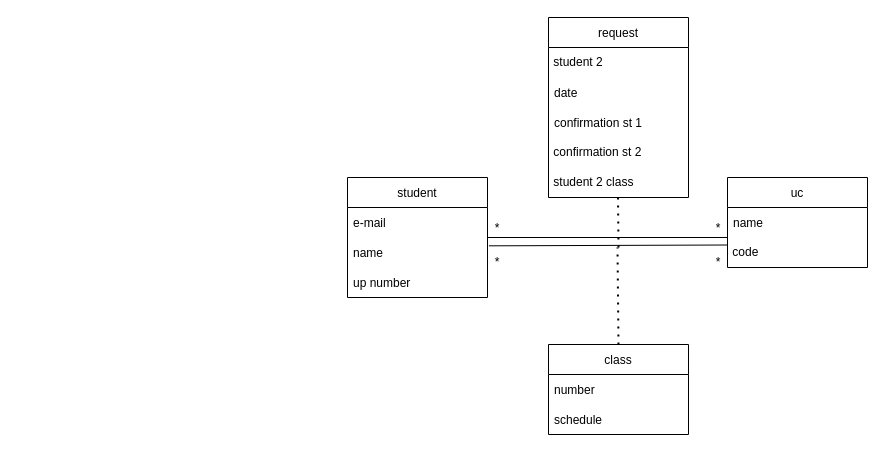
Above: lib/week 2/uml.drawio in luisaraujo25/Swapping (draw.io), before the change. Source tidied: cells renumbered, new cells numbered last; positions are measured from the earlier drawing's top-left corner, leaving out a move shared by most shapes. Both pictures are drawn from the tidied source at 100%, with x=0, y=0 at pixel (347, 17).
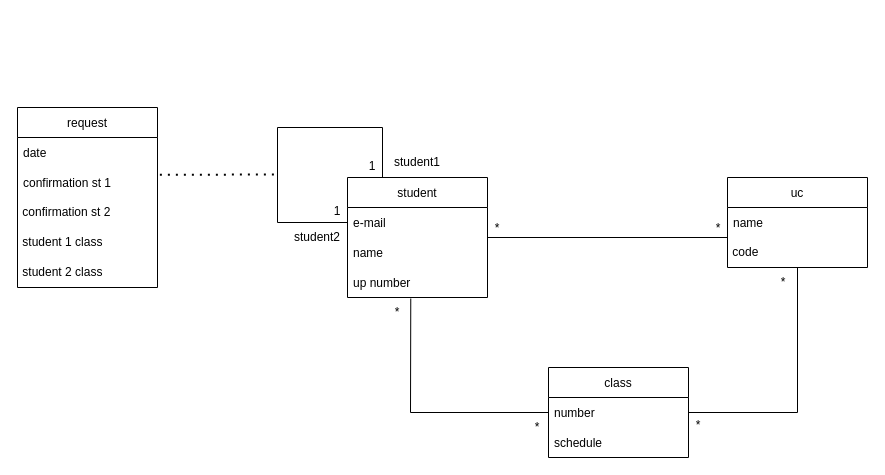
Above is the later version.

Unchanged cells that the change refers to:
```xml
<mxCell id="2" value="student" style="swimlane;fontStyle=0;horizontal=1;startSize=30;" parent="1" vertex="1">
  <mxGeometry y="160" width="140" height="120" as="geometry" />
</mxCell>
<mxCell id="3" value="e-mail" style="text;strokeColor=none;fillColor=none;align=left;verticalAlign=middle;spacingLeft=4;spacingRight=4;overflow=hidden;points=[[0,0.5],[1,0.5]];portConstraint=eastwest;" parent="2" vertex="1">
  <mxGeometry y="30" width="140" height="30" as="geometry" />
</mxCell>
<mxCell id="4" value="name" style="text;strokeColor=none;fillColor=none;align=left;verticalAlign=middle;spacingLeft=4;spacingRight=4;overflow=hidden;points=[[0,0.5],[1,0.5]];portConstraint=eastwest;" parent="2" vertex="1">
  <mxGeometry y="60" width="140" height="30" as="geometry" />
</mxCell>
<mxCell id="5" value="up number" style="text;strokeColor=none;fillColor=none;align=left;verticalAlign=middle;spacingLeft=4;spacingRight=4;overflow=hidden;points=[[0,0.5],[1,0.5]];portConstraint=eastwest;" parent="2" vertex="1">
  <mxGeometry y="90" width="140" height="30" as="geometry" />
</mxCell>
<mxCell id="8" value="&amp;nbsp;code" style="text;html=1;strokeColor=none;fillColor=none;align=left;verticalAlign=middle;whiteSpace=wrap;rounded=0;" parent="6" vertex="1">
  <mxGeometry y="60" width="140" height="30" as="geometry" />
</mxCell>
<mxCell id="10" value="number" style="text;strokeColor=none;fillColor=none;align=left;verticalAlign=middle;spacingLeft=4;spacingRight=4;overflow=hidden;points=[[0,0.5],[1,0.5]];portConstraint=eastwest;" parent="9" vertex="1">
  <mxGeometry y="30" width="140" height="30" as="geometry" />
</mxCell>
```

The edit, as a diff of the source:
```diff
@@
+    <mxCell id="26" style="endArrow=none;html=1;rounded=0;exitX=0.25;exitY=0;exitDx=0;exitDy=0;entryX=0;entryY=0.5;entryDx=0;entryDy=0;" parent="2" edge="1" source="2" target="3">
+      <mxGeometry relative="1" as="geometry">
+        <Array as="points">
+          <mxPoint x="35" y="-50" />
+          <mxPoint x="-70" y="-50" />
+          <mxPoint x="-70" y="45" />
+        </Array>
+      </mxGeometry>
+    </mxCell>
@@
     <mxCell id="9" value="class" style="swimlane;fontStyle=0;horizontal=1;startSize=30;" parent="1" vertex="1">
-      <mxGeometry x="201" y="327" width="140" height="90" as="geometry" />
+      <mxGeometry x="201" y="350" width="140" height="90" as="geometry" />
     </mxCell>
@@
-    <mxCell id="12" style="endArrow=none;dashed=1;html=1;dashPattern=1 3;strokeWidth=2;rounded=0;exitX=0.5;exitY=0;exitDx=0;exitDy=0;" parent="1" edge="1" source="9">
-      <mxGeometry relative="1" as="geometry">
-        <mxPoint x="270" y="230" as="targetPoint" />
-      </mxGeometry>
-    </mxCell>
     <mxCell id="13" value="request" style="swimlane;fontStyle=0;horizontal=1;startSize=30;" parent="1" vertex="1">
-      <mxGeometry x="201" width="140" height="180" as="geometry" />
+      <mxGeometry x="-330" y="90" width="140" height="180" as="geometry" />
     </mxCell>
-    <mxCell id="14" value="&amp;nbsp;student 2" style="text;html=1;strokeColor=none;fillColor=none;align=left;verticalAlign=middle;whiteSpace=wrap;rounded=0;" parent="13" vertex="1">
-      <mxGeometry y="30" width="140" height="30" as="geometry" />
-    </mxCell>
     <mxCell id="15" value="date" style="text;strokeColor=none;fillColor=none;align=left;verticalAlign=middle;spacingLeft=4;spacingRight=4;overflow=hidden;" parent="13" vertex="1">
-      <mxGeometry y="60" width="140" height="30" as="geometry" />
+      <mxGeometry y="30" width="140" height="30" as="geometry" />
     </mxCell>
     <mxCell id="16" value="confirmation st 1" style="text;strokeColor=none;fillColor=none;align=left;verticalAlign=middle;spacingLeft=4;spacingRight=4;overflow=hidden;points=[[0,0.5],[1,0.5]];portConstraint=eastwest;" parent="13" vertex="1">
-      <mxGeometry y="90" width="140" height="30" as="geometry" />
+      <mxGeometry y="60" width="140" height="30" as="geometry" />
     </mxCell>
     <mxCell id="17" value="&amp;nbsp;confirmation st 2" style="text;html=1;strokeColor=none;fillColor=none;align=left;verticalAlign=middle;whiteSpace=wrap;rounded=0;" parent="13" vertex="1">
-      <mxGeometry y="120" width="140" height="30" as="geometry" />
+      <mxGeometry y="90" width="140" height="30" as="geometry" />
     </mxCell>
+    <mxCell id="14" value="&amp;nbsp;student 1 class" style="text;html=1;strokeColor=none;fillColor=none;align=left;verticalAlign=middle;whiteSpace=wrap;rounded=0;" parent="13" vertex="1">
+      <mxGeometry y="120" width="140" height="30" as="geometry" />
+    </mxCell>
@@
-    <mxCell id="19" value="*" style="text;html=1;strokeColor=none;fillColor=none;align=center;verticalAlign=middle;whiteSpace=wrap;rounded=0;" parent="1" vertex="1">
-      <mxGeometry x="120" y="230" width="60" height="30" as="geometry" />
-    </mxCell>
-    <mxCell id="20" value="*" style="text;html=1;strokeColor=none;fillColor=none;align=center;verticalAlign=middle;whiteSpace=wrap;rounded=0;" parent="1" vertex="1">
-      <mxGeometry x="341" y="230" width="60" height="30" as="geometry" />
-    </mxCell>
@@
-    <mxCell id="22" style="endArrow=none;html=1;rounded=0;entryX=1.01;entryY=0.278;entryDx=0;entryDy=0;entryPerimeter=0;exitX=0;exitY=0.25;exitDx=0;exitDy=0;" parent="1" edge="1" source="8" target="4">
-      <mxGeometry relative="1" as="geometry" />
-    </mxCell>
@@
-    <mxCell id="24" style="endArrow=none;dashed=1;html=1;dashPattern=1 3;strokeWidth=2;rounded=0;" parent="1" edge="1">
-      <mxGeometry relative="1" as="geometry">
-        <mxPoint x="271" y="230" as="sourcePoint" />
-        <mxPoint x="270.5" y="180" as="targetPoint" />
-      </mxGeometry>
-    </mxCell>
@@
+    <mxCell id="27" value="student1" style="text;html=1;strokeColor=none;fillColor=none;align=center;verticalAlign=middle;whiteSpace=wrap;rounded=0;" parent="1" vertex="1">
+      <mxGeometry x="40" y="130" width="60" height="30" as="geometry" />
+    </mxCell>
+    <mxCell id="28" value="student2" style="text;html=1;strokeColor=none;fillColor=none;align=center;verticalAlign=middle;whiteSpace=wrap;rounded=0;" parent="1" vertex="1">
+      <mxGeometry x="-60" y="205" width="60" height="30" as="geometry" />
+    </mxCell>
+    <mxCell id="29" style="endArrow=none;html=1;rounded=0;entryX=0.452;entryY=1.033;entryDx=0;entryDy=0;entryPerimeter=0;exitX=0;exitY=0.5;exitDx=0;exitDy=0;" parent="1" edge="1" source="10" target="5">
+      <mxGeometry relative="1" as="geometry">
+        <Array as="points">
+          <mxPoint x="63" y="395" />
+        </Array>
+      </mxGeometry>
+    </mxCell>
+    <mxCell id="30" style="endArrow=none;html=1;rounded=0;exitX=1;exitY=0.5;exitDx=0;exitDy=0;entryX=0.5;entryY=1;entryDx=0;entryDy=0;" parent="1" edge="1" source="10" target="8">
+      <mxGeometry relative="1" as="geometry">
+        <Array as="points">
+          <mxPoint x="450" y="395" />
+        </Array>
+      </mxGeometry>
+    </mxCell>
+    <mxCell id="31" style="endArrow=none;dashed=1;html=1;dashPattern=1 3;strokeWidth=2;rounded=0;exitX=1.017;exitY=0.244;exitDx=0;exitDy=0;exitPerimeter=0;" parent="1" edge="1" source="16">
+      <mxGeometry relative="1" as="geometry">
+        <mxPoint x="-70" y="157" as="targetPoint" />
+      </mxGeometry>
+    </mxCell>
+    <mxCell id="32" value="1" style="text;html=1;strokeColor=none;fillColor=none;align=center;verticalAlign=middle;whiteSpace=wrap;rounded=0;" parent="1" vertex="1">
+      <mxGeometry x="-40" y="179" width="60" height="30" as="geometry" />
+    </mxCell>
+    <mxCell id="33" value="1" style="text;html=1;strokeColor=none;fillColor=none;align=center;verticalAlign=middle;whiteSpace=wrap;rounded=0;" parent="1" vertex="1">
+      <mxGeometry x="-5" y="134" width="60" height="30" as="geometry" />
+    </mxCell>
+    <mxCell id="34" value="*" style="text;html=1;strokeColor=none;fillColor=none;align=center;verticalAlign=middle;whiteSpace=wrap;rounded=0;" parent="1" vertex="1">
+      <mxGeometry x="20" y="280" width="60" height="30" as="geometry" />
+    </mxCell>
+    <mxCell id="35" value="*" style="text;html=1;strokeColor=none;fillColor=none;align=center;verticalAlign=middle;whiteSpace=wrap;rounded=0;" parent="1" vertex="1">
+      <mxGeometry x="160" y="395" width="60" height="30" as="geometry" />
+    </mxCell>
+    <mxCell id="36" value="*" style="text;html=1;strokeColor=none;fillColor=none;align=center;verticalAlign=middle;whiteSpace=wrap;rounded=0;" parent="1" vertex="1">
+      <mxGeometry x="406" y="250" width="60" height="30" as="geometry" />
+    </mxCell>
+    <mxCell id="37" value="*" style="text;html=1;strokeColor=none;fillColor=none;align=center;verticalAlign=middle;whiteSpace=wrap;rounded=0;" parent="1" vertex="1">
+      <mxGeometry x="321" y="393" width="60" height="30" as="geometry" />
+    </mxCell>
```
